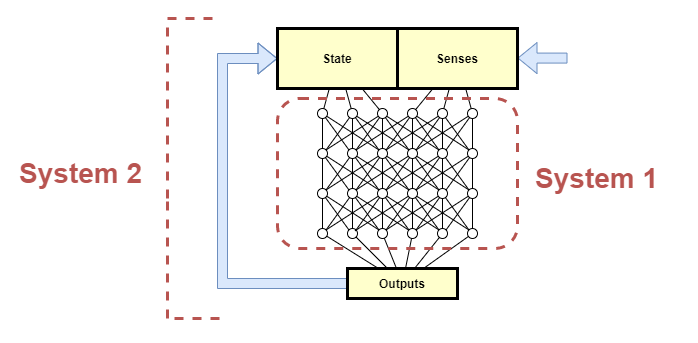
This is files/A-theory-of-consciousness-systems-1-and-2.png from malcolmlett/malcolmlett.github.io, a draw.io export, as it was before one commit. Source tidied: cells renumbered, new cells last; positions are measured from the earlier drawing's top-left corner, leaving out a move shared by most shapes.
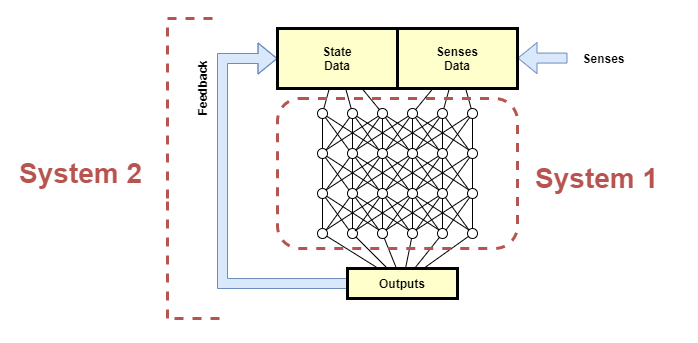
Later version of the same file.

What changed in the source:
```diff
@@ -16,13 +16,13 @@
         </Array>
       </mxGeometry>
     </mxCell>
-    <mxCell id="4" value="State" style="whiteSpace=wrap;html=1;strokeWidth=3;fillColor=#FFFFCC;strokeColor=#000000;fontStyle=1;" parent="1" vertex="1">
+    <mxCell id="4" value="State&lt;br&gt;Data" style="whiteSpace=wrap;html=1;strokeWidth=3;fillColor=#FFFFCC;strokeColor=#000000;fontStyle=1;" parent="1" vertex="1">
       <mxGeometry x="260" y="10" width="120" height="60" as="geometry" />
     </mxCell>
     <mxCell id="5" value="Outputs" style="whiteSpace=wrap;align=center;verticalAlign=middle;fontStyle=1;strokeWidth=3;fillColor=#FFFFCC;" parent="1" vertex="1">
       <mxGeometry x="330" y="250" width="110" height="30" as="geometry" />
     </mxCell>
-    <mxCell id="6" value="Senses" style="whiteSpace=wrap;html=1;strokeWidth=3;fillColor=#FFFFCC;strokeColor=#000000;fontStyle=1;" parent="1" vertex="1">
+    <mxCell id="6" value="Senses&lt;br&gt;Data" style="whiteSpace=wrap;html=1;strokeWidth=3;fillColor=#FFFFCC;strokeColor=#000000;fontStyle=1;" parent="1" vertex="1">
       <mxGeometry x="380" y="10" width="120" height="60" as="geometry" />
     </mxCell>
     <mxCell id="7" style="group;" parent="1" vertex="1">
@@ -359,7 +359,7 @@
       <mxGeometry x="516" y="120" width="140" height="80" as="geometry" />
     </mxCell>
     <mxCell id="118" style="group;" parent="1" vertex="1">
-      <mxGeometry x="150" width="51.9" height="300" as="geometry" />
+      <mxGeometry x="150" width="84.7" height="300" as="geometry" />
     </mxCell>
     <mxCell id="119" style="shape=partialRectangle;whiteSpace=wrap;html=1;bottom=0;right=0;dashed=1;strokeWidth=3;align=left;strokeColor=#b85450;fillColor=none;" parent="118" vertex="1">
       <mxGeometry width="50" height="180" as="geometry" />
@@ -367,8 +367,14 @@
     <mxCell id="120" style="shape=partialRectangle;whiteSpace=wrap;html=1;bottom=0;right=0;dashed=1;strokeWidth=3;align=left;rotation=-90;strokeColor=#b85450;fillColor=none;" parent="118" vertex="1">
       <mxGeometry x="-32.8" y="215.3" width="117.5" height="51.9" as="geometry" />
     </mxCell>
+    <mxCell id="122" value="Feedback" style="text;html=1;align=center;verticalAlign=middle;fontStyle=1;rotation=-90;" parent="118" vertex="1">
+      <mxGeometry y="60" width="70" height="20" as="geometry" />
+    </mxCell>
     <mxCell id="121" value="System 2" style="text;html=1;strokeColor=none;fillColor=none;align=left;verticalAlign=middle;whiteSpace=wrap;rounded=0;fontStyle=1;fontColor=#B85450;fontSize=28;rotation=0;" parent="1" vertex="1">
       <mxGeometry y="115" width="140" height="80" as="geometry" />
     </mxCell>
+    <mxCell id="123" value="Senses" style="text;html=1;align=center;verticalAlign=middle;fontStyle=1;" parent="1" vertex="1">
+      <mxGeometry x="556" y="30" width="60" height="20" as="geometry" />
+    </mxCell>
   </root>
 </mxGraphModel>
```
